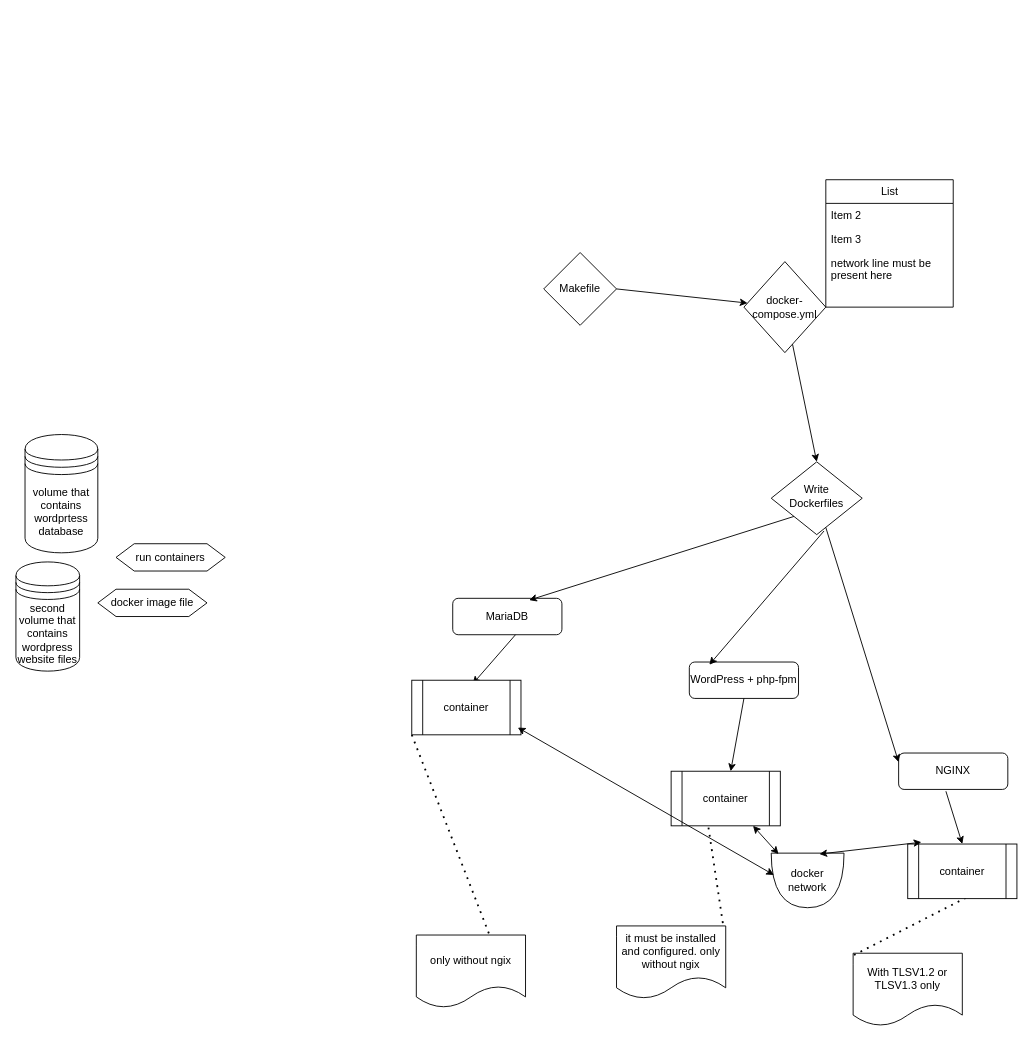
The draw.io diagram Untitled Diagram.drawio in sparklebutt/Inception, before the edit. Source tidied: cells renumbered, new cells numbered last; positions are measured from the earlier drawing's top-left corner, leaving out a move shared by most shapes. Both pictures are drawn from the tidied source at 91%, with x=0, y=0 at pixel (15, 179).
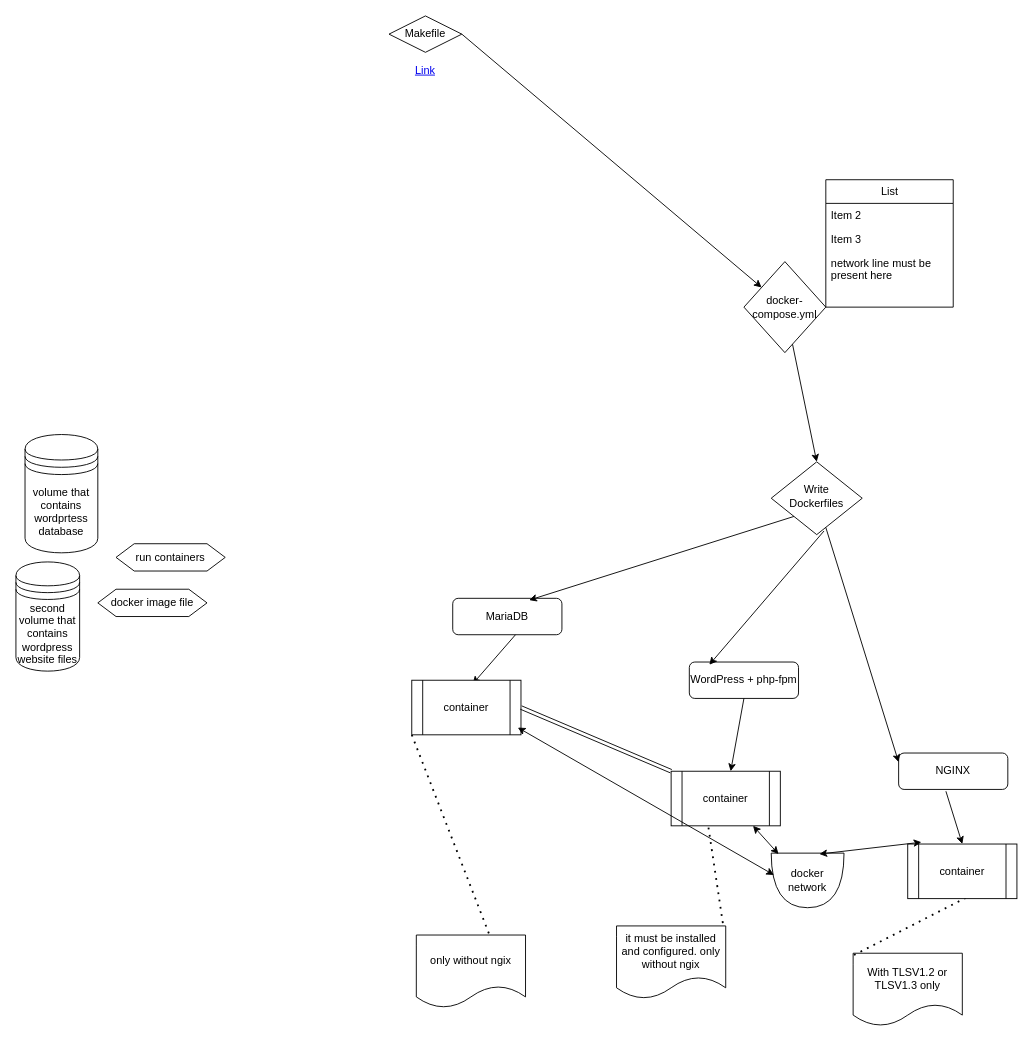
The same page after the edit.

Commit message:
Update Plan(example makefile).drawio

The change refers to these unchanged cells:
```xml
<mxCell id="25" value="container" style="shape=process;whiteSpace=wrap;html=1;backgroundOutline=1;" parent="1" vertex="1">
  <mxGeometry x="435" y="550" width="120" height="60" as="geometry" />
</mxCell>
```

The edit, as a diff of the source:
```diff
@@
     <mxCell id="9" value="Makefile" style="rhombus;whiteSpace=wrap;html=1;" parent="1" vertex="1">
-      <mxGeometry x="580" y="80" width="80" height="80" as="geometry" />
+      <mxGeometry x="410" y="-180" width="80" height="40" as="geometry" />
     </mxCell>
@@
+    <mxCell id="37" style="shape=link;html=1;rounded=0;exitX=1;exitY=0.5;exitDx=0;exitDy=0;" parent="1" edge="1" source="25">
+      <mxGeometry relative="1" as="geometry">
+        <mxPoint x="720" y="650" as="targetPoint" />
+      </mxGeometry>
+    </mxCell>
+    <mxCell id="38" value="Link" style="text;html=1;strokeColor=none;fillColor=none;whiteSpace=wrap;align=center;verticalAlign=middle;fontColor=#0000EE;fontStyle=4;" parent="1" vertex="1">
+      <mxGeometry x="420" y="-140" width="60" height="40" as="geometry" />
+    </mxCell>
```
